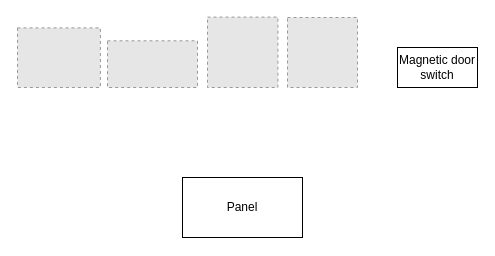
This is diagram/Untitled Diagram.drawio from lalala2b/project-bpvp, a draw.io file, before an edit. Source tidied: cells renumbered, new cells numbered last; positions are measured from the earlier drawing's top-left corner, leaving out a move shared by most shapes. Both pictures are drawn from the tidied source at 100%, with x=0, y=0 at pixel (17, 17). Pictures stored in the file or linked from it are replaced by grey dashed boxes.
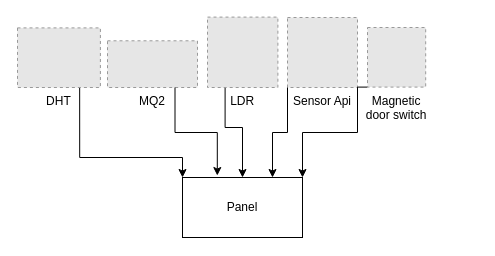
Above is the later version.

What changed in the source:
```diff
@@
 <mxGraphModel>
   <root>
     <mxCell id="0" />
     <mxCell id="1" parent="0" />
     <mxCell id="2" value="Panel" style="rounded=0;whiteSpace=wrap;html=1;" parent="1" vertex="1">
       <mxGeometry x="165" y="160" width="120" height="60" as="geometry" />
     </mxCell>
-    <mxCell id="3" value="Magnetic door switch" style="rounded=0;whiteSpace=wrap;html=1;" parent="1" vertex="1">
-      <mxGeometry x="380" y="30" width="80" height="40" as="geometry" />
-    </mxCell>
+    <mxCell id="8" style="edgeStyle=orthogonalEdgeStyle;rounded=0;jettySize=auto;html=1;exitX=0.75;exitY=1;exitDx=0;exitDy=0;entryX=0;entryY=0;entryDx=0;entryDy=0;" parent="1" edge="1" source="4" target="2">
+      <mxGeometry relative="1" as="geometry">
+        <Array as="points">
+          <mxPoint x="62" y="140" />
+          <mxPoint x="165" y="140" />
+        </Array>
+      </mxGeometry>
+    </mxCell>
-    <mxCell id="4" style="fillColor=#E6E6E6;strokeColor=#999999;dashed=1;verticalLabelPosition=bottom;verticalAlign=top;" parent="1" vertex="1">
+    <mxCell id="4" value="DHT" style="fillColor=#E6E6E6;strokeColor=#999999;dashed=1;verticalLabelPosition=bottom;verticalAlign=top;" parent="1" vertex="1">
       <mxGeometry y="10.4" width="82.9" height="59.6" as="geometry" />
     </mxCell>
-    <mxCell id="5" style="fillColor=#E6E6E6;strokeColor=#999999;dashed=1;verticalLabelPosition=bottom;verticalAlign=top;" parent="1" vertex="1">
+    <mxCell id="5" value="MQ2" style="fillColor=#E6E6E6;strokeColor=#999999;dashed=1;verticalLabelPosition=bottom;verticalAlign=top;" parent="1" vertex="1">
       <mxGeometry x="90" y="23.3" width="90" height="46.7" as="geometry" />
     </mxCell>
+    <mxCell id="9" style="edgeStyle=orthogonalEdgeStyle;rounded=0;jettySize=auto;html=1;exitX=0.25;exitY=1;exitDx=0;exitDy=0;entryX=0.5;entryY=0;entryDx=0;entryDy=0;" parent="1" edge="1" source="6" target="2">
+      <mxGeometry relative="1" as="geometry">
+        <Array as="points">
+          <mxPoint x="208" y="110" />
+          <mxPoint x="225" y="110" />
+        </Array>
+      </mxGeometry>
+    </mxCell>
-    <mxCell id="6" style="fillColor=#E6E6E6;strokeColor=#999999;dashed=1;verticalLabelPosition=bottom;verticalAlign=top;" parent="1" vertex="1">
+    <mxCell id="6" value="LDR" style="fillColor=#E6E6E6;strokeColor=#999999;dashed=1;verticalLabelPosition=bottom;verticalAlign=top;" parent="1" vertex="1">
       <mxGeometry x="190" y="-0.4" width="70.4" height="70.4" as="geometry" />
     </mxCell>
-    <mxCell id="7" style="fillColor=#E6E6E6;strokeColor=#999999;dashed=1;verticalLabelPosition=bottom;verticalAlign=top;" parent="1" vertex="1">
+    <mxCell id="7" value="Sensor Api" style="fillColor=#E6E6E6;strokeColor=#999999;dashed=1;verticalLabelPosition=bottom;verticalAlign=top;" parent="1" vertex="1">
       <mxGeometry x="270" width="70" height="70" as="geometry" />
     </mxCell>
+    <mxCell id="10" style="edgeStyle=orthogonalEdgeStyle;rounded=0;jettySize=auto;html=1;exitX=0;exitY=1;exitDx=0;exitDy=0;entryX=1;entryY=0;entryDx=0;entryDy=0;" parent="1" edge="1" source="3" target="2">
+      <mxGeometry relative="1" as="geometry">
+        <Array as="points">
+          <mxPoint x="340" y="70" />
+          <mxPoint x="340" y="115" />
+          <mxPoint x="285" y="115" />
+        </Array>
+      </mxGeometry>
+    </mxCell>
+    <mxCell id="3" value="Magnetic&#10;door switch" style="fillColor=#E6E6E6;strokeColor=#999999;dashed=1;verticalLabelPosition=bottom;verticalAlign=top;" parent="1" vertex="1">
+      <mxGeometry x="350" y="10" width="58.2" height="59.6" as="geometry" />
+    </mxCell>
+    <mxCell id="11" style="edgeStyle=orthogonalEdgeStyle;rounded=0;jettySize=auto;html=1;exitX=0.75;exitY=1;exitDx=0;exitDy=0;entryX=0.29;entryY=-0.033;entryDx=0;entryDy=0;entryPerimeter=0;" parent="1" edge="1" source="5" target="2">
+      <mxGeometry relative="1" as="geometry" />
+    </mxCell>
+    <mxCell id="12" style="edgeStyle=orthogonalEdgeStyle;rounded=0;jettySize=auto;html=1;exitX=0;exitY=1;exitDx=0;exitDy=0;entryX=0.75;entryY=0;entryDx=0;entryDy=0;" parent="1" edge="1" source="7" target="2">
+      <mxGeometry relative="1" as="geometry" />
+    </mxCell>
   </root>
 </mxGraphModel>
```
